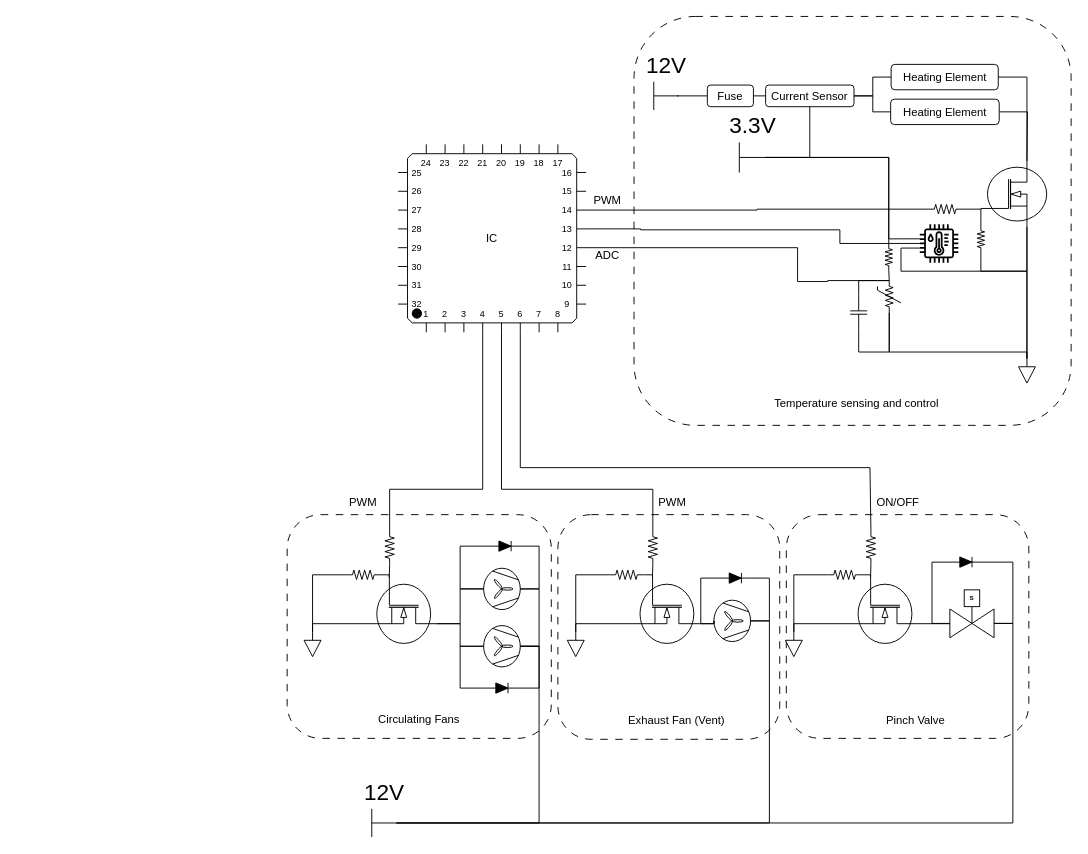
Above: docs/Temp & humidity control.drawio in musyani-io/solar-powered-incubator (draw.io), before the change. Source tidied: cells renumbered, new cells numbered last; positions are measured from the earlier drawing's top-left corner, leaving out a move shared by most shapes. Both pictures are drawn from the tidied source at 94%, with x=0, y=0 at pixel (287, 16).
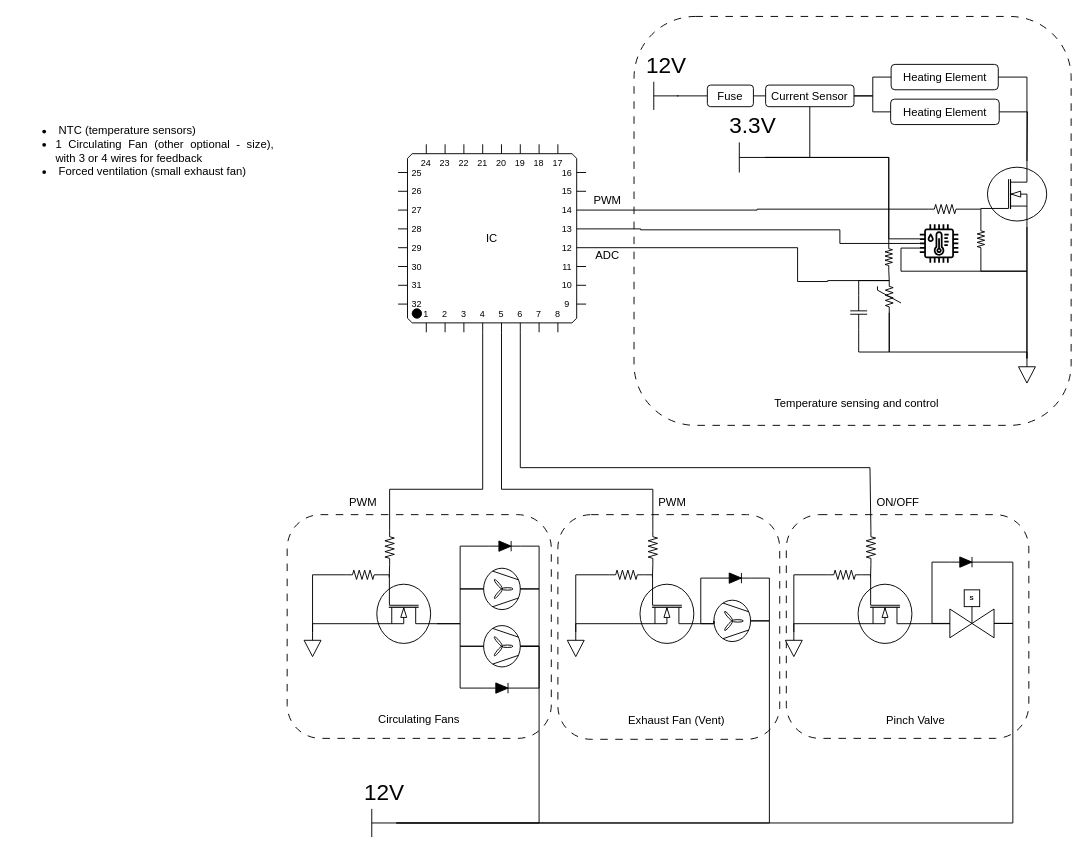
Above is the later version.

What changed in the source:
```diff
@@
+    <mxCell id="103" value="&lt;ul&gt;&lt;li align=&quot;justify&quot;&gt;&amp;nbsp;NTC (temperature sensors)&lt;/li&gt;&lt;li align=&quot;justify&quot;&gt;1 Circulating Fan (other optional - size), with 3 or 4 wires for feedback&lt;/li&gt;&lt;li align=&quot;justify&quot;&gt;&amp;nbsp;Forced ventilation (small exhaust fan)&lt;/li&gt;&lt;/ul&gt;" style="text;html=1;whiteSpace=wrap;strokeColor=none;fillColor=none;align=left;verticalAlign=middle;rounded=0;" parent="1" vertex="1">
+      <mxGeometry x="-288" y="92" width="274" height="102" as="geometry" />
+    </mxCell>
```
